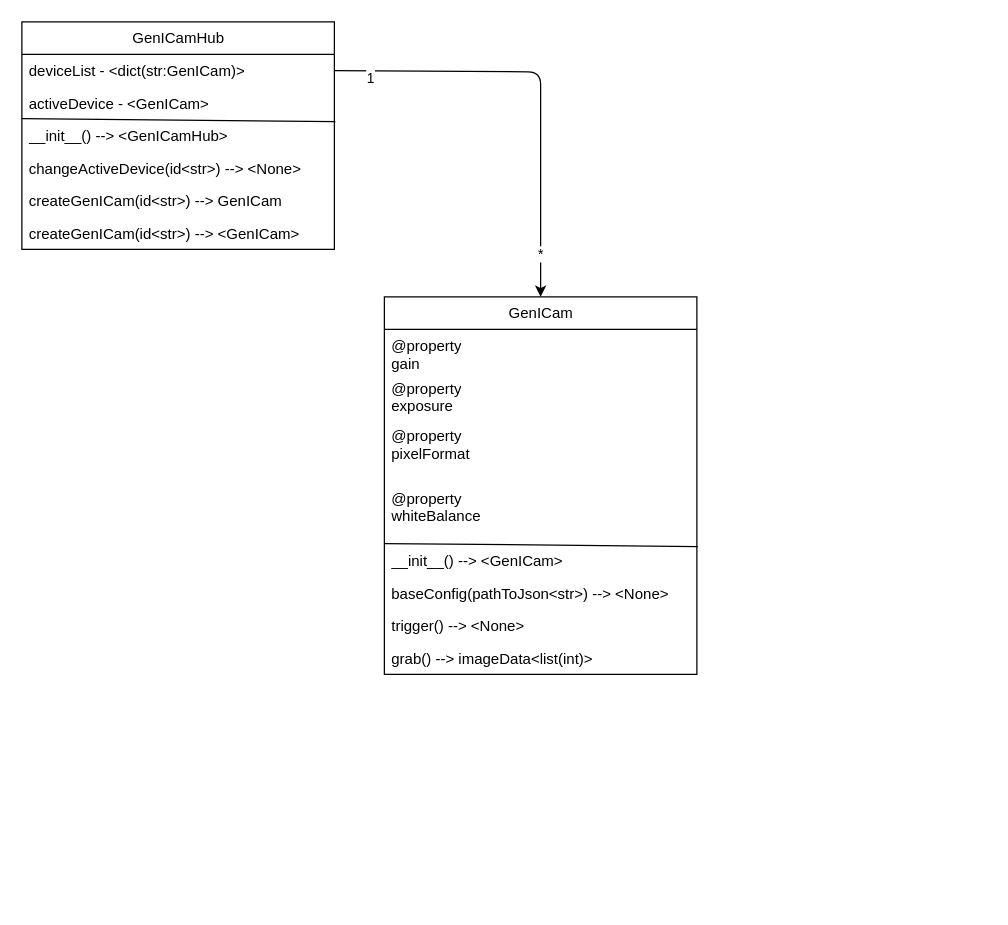
Before: Rework.dio in Philsie/Harvester, a draw.io diagram. Source tidied: cells renumbered, new cells numbered last; positions are measured from the earlier drawing's top-left corner, leaving out a move shared by most shapes. Both pictures are drawn from the tidied source at 125%, with x=0, y=0 at pixel (21, 21).
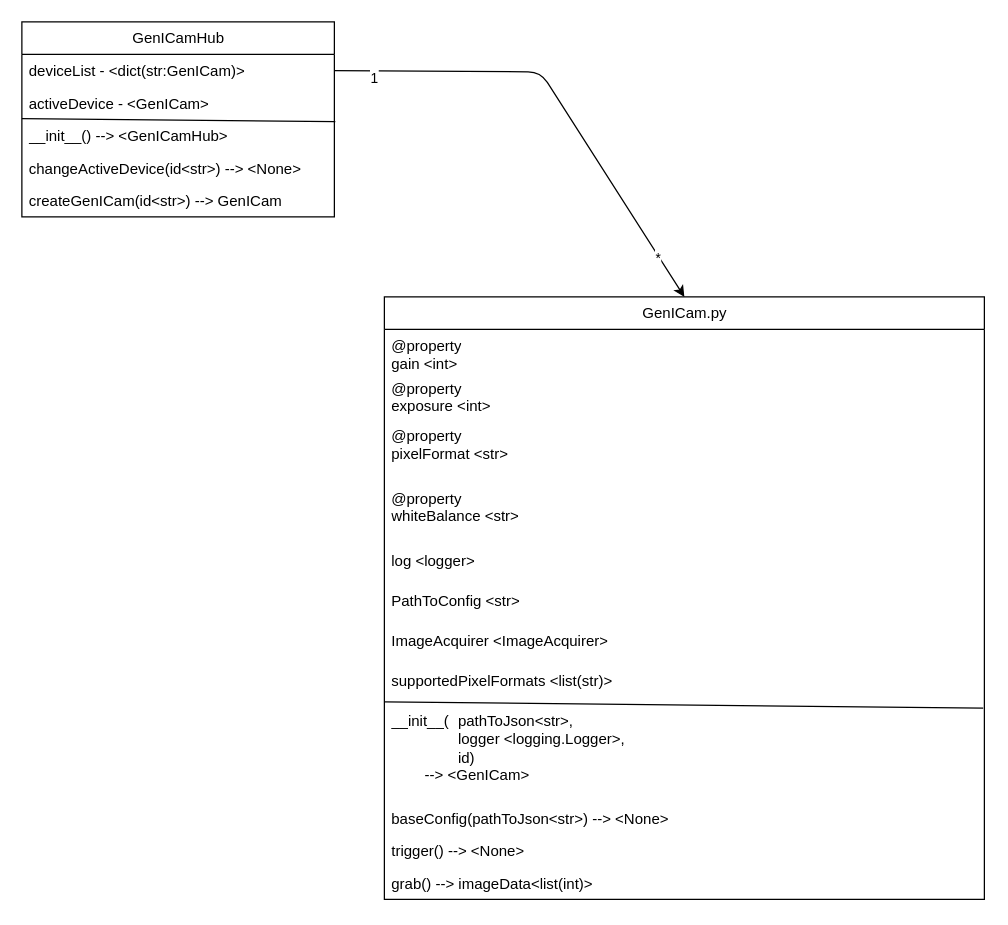
After the change.

Commit message (it also covers changes not shown here):
pre logger rework

Change to the diagram source:
```diff
@@
     <mxCell id="2" value="GenICamHub" style="swimlane;fontStyle=0;horizontal=1;startSize=26;fillColor=none;html=1;" parent="1" vertex="1">
-      <mxGeometry width="250" height="182" as="geometry" />
+      <mxGeometry width="250" height="156" as="geometry" />
     </mxCell>
@@
-    <mxCell id="9" value="createGenICam(id&amp;lt;str&amp;gt;) --&amp;gt; &amp;lt;GenICam&amp;gt;&amp;nbsp;" style="text;strokeColor=none;fillColor=none;align=left;verticalAlign=top;spacingLeft=4;spacingRight=4;overflow=hidden;whiteSpace=wrap;html=1;" parent="2" vertex="1">
-      <mxGeometry y="156" width="250" height="26" as="geometry" />
-    </mxCell>
-    <mxCell id="10" value="GenICam" style="swimlane;fontStyle=0;horizontal=1;startSize=26;fillColor=none;html=1;" parent="1" vertex="1">
-      <mxGeometry x="290" y="220" width="250" height="302" as="geometry" />
+    <mxCell id="10" value="GenICam.py" style="swimlane;fontStyle=0;horizontal=1;startSize=26;fillColor=none;html=1;" parent="1" vertex="1">
+      <mxGeometry x="290" y="220" width="480" height="482" as="geometry" />
     </mxCell>
-    <mxCell id="11" value="@property&lt;br&gt;gain&amp;nbsp;" style="text;strokeColor=none;fillColor=none;align=left;verticalAlign=top;spacingLeft=4;spacingRight=4;overflow=hidden;whiteSpace=wrap;html=1;" parent="10" vertex="1">
-      <mxGeometry y="26" width="250" height="34" as="geometry" />
+    <mxCell id="11" value="@property&lt;br&gt;gain &amp;lt;int&amp;gt;" style="text;strokeColor=none;fillColor=none;align=left;verticalAlign=top;spacingLeft=4;spacingRight=4;overflow=hidden;whiteSpace=wrap;html=1;" parent="10" vertex="1">
+      <mxGeometry y="26" width="480" height="34" as="geometry" />
     </mxCell>
-    <mxCell id="12" value="@property&lt;br&gt;exposure&amp;nbsp;" style="text;strokeColor=none;fillColor=none;align=left;verticalAlign=top;spacingLeft=4;spacingRight=4;overflow=hidden;whiteSpace=wrap;html=1;" parent="10" vertex="1">
-      <mxGeometry y="60" width="250" height="38" as="geometry" />
+    <mxCell id="12" value="@property&lt;br&gt;exposure &amp;lt;int&amp;gt;&amp;nbsp;" style="text;strokeColor=none;fillColor=none;align=left;verticalAlign=top;spacingLeft=4;spacingRight=4;overflow=hidden;whiteSpace=wrap;html=1;" parent="10" vertex="1">
+      <mxGeometry y="60" width="480" height="38" as="geometry" />
     </mxCell>
-    <mxCell id="13" value="@property&lt;br&gt;pixelFormat&amp;nbsp;" style="text;strokeColor=none;fillColor=none;align=left;verticalAlign=top;spacingLeft=4;spacingRight=4;overflow=hidden;whiteSpace=wrap;html=1;" parent="10" vertex="1">
-      <mxGeometry y="98" width="250" height="50" as="geometry" />
+    <mxCell id="13" value="@property&lt;br&gt;pixelFormat &amp;lt;str&amp;gt;&amp;nbsp;" style="text;strokeColor=none;fillColor=none;align=left;verticalAlign=top;spacingLeft=4;spacingRight=4;overflow=hidden;whiteSpace=wrap;html=1;" parent="10" vertex="1">
+      <mxGeometry y="98" width="480" height="50" as="geometry" />
     </mxCell>
+    <mxCell id="23" value="@property&lt;br&gt;whiteBalance &amp;lt;str&amp;gt;" style="text;strokeColor=none;fillColor=none;align=left;verticalAlign=top;spacingLeft=4;spacingRight=4;overflow=hidden;whiteSpace=wrap;html=1;" parent="10" vertex="1">
+      <mxGeometry y="148" width="480" height="50" as="geometry" />
+    </mxCell>
-    <mxCell id="14" value="@property&lt;br&gt;whiteBalance&amp;nbsp;" style="text;strokeColor=none;fillColor=none;align=left;verticalAlign=top;spacingLeft=4;spacingRight=4;overflow=hidden;whiteSpace=wrap;html=1;" parent="10" vertex="1">
-      <mxGeometry y="148" width="250" height="50" as="geometry" />
+    <mxCell id="14" value="log &amp;lt;logger&amp;gt;" style="text;strokeColor=none;fillColor=none;align=left;verticalAlign=top;spacingLeft=4;spacingRight=4;overflow=hidden;whiteSpace=wrap;html=1;" parent="10" vertex="1">
+      <mxGeometry y="198" width="480" height="32" as="geometry" />
     </mxCell>
+    <mxCell id="24" value="PathToConfig &amp;lt;str&amp;gt;" style="text;strokeColor=none;fillColor=none;align=left;verticalAlign=top;spacingLeft=4;spacingRight=4;overflow=hidden;whiteSpace=wrap;html=1;" parent="10" vertex="1">
+      <mxGeometry y="230" width="480" height="32" as="geometry" />
+    </mxCell>
+    <mxCell id="25" value="ImageAcquirer &amp;lt;ImageAcquirer&amp;gt;" style="text;strokeColor=none;fillColor=none;align=left;verticalAlign=top;spacingLeft=4;spacingRight=4;overflow=hidden;whiteSpace=wrap;html=1;" parent="10" vertex="1">
+      <mxGeometry y="262" width="480" height="32" as="geometry" />
+    </mxCell>
+    <mxCell id="26" value="supportedPixelFormats &amp;lt;list(str)&amp;gt;" style="text;strokeColor=none;fillColor=none;align=left;verticalAlign=top;spacingLeft=4;spacingRight=4;overflow=hidden;points=[[0,0.5],[1,0.5]];portConstraint=eastwest;whiteSpace=wrap;html=1;" parent="10" vertex="1">
+      <mxGeometry y="294" width="480" height="32" as="geometry" />
+    </mxCell>
-    <mxCell id="15" value="__init__() --&amp;gt; &amp;lt;GenICam&amp;gt;" style="text;strokeColor=none;fillColor=none;align=left;verticalAlign=top;spacingLeft=4;spacingRight=4;overflow=hidden;points=[[0,0.5],[1,0.5]];portConstraint=eastwest;whiteSpace=wrap;html=1;" parent="10" vertex="1">
-      <mxGeometry y="198" width="250" height="26" as="geometry" />
+    <mxCell id="15" value="__init__(&lt;span style=&quot;white-space: pre;&quot;&gt;&#9;&lt;/span&gt;pathToJson&amp;lt;str&amp;gt;,&lt;br&gt;&lt;span style=&quot;white-space: pre;&quot;&gt;&#9;&lt;/span&gt;&amp;nbsp; &amp;nbsp; &amp;nbsp;&lt;span style=&quot;white-space: pre;&quot;&gt;&#9;&lt;/span&gt;logger &amp;lt;logging.Logger&amp;gt;,&lt;br&gt;&lt;span style=&quot;white-space: pre;&quot;&gt;&#9;&lt;/span&gt;&lt;span style=&quot;white-space: pre;&quot;&gt;&#9;&lt;/span&gt;id) &lt;br&gt;&lt;span style=&quot;white-space: pre;&quot;&gt;&#9;&lt;/span&gt;--&amp;gt; &amp;lt;GenICam&amp;gt;" style="text;strokeColor=none;fillColor=none;align=left;verticalAlign=top;spacingLeft=4;spacingRight=4;overflow=hidden;points=[[0,0.5],[1,0.5]];portConstraint=eastwest;whiteSpace=wrap;html=1;" parent="10" vertex="1">
+      <mxGeometry y="326" width="480" height="78" as="geometry" />
     </mxCell>
-    <mxCell id="16" style="endArrow=none;html=1;exitX=0;exitY=-0.026;exitDx=0;exitDy=0;exitPerimeter=0;entryX=1.003;entryY=0.067;entryDx=0;entryDy=0;entryPerimeter=0;" parent="10" edge="1" source="15" target="15">
+    <mxCell id="16" style="endArrow=none;html=1;exitX=0;exitY=-0.026;exitDx=0;exitDy=0;exitPerimeter=0;entryX=0.998;entryY=1.094;entryDx=0;entryDy=0;entryPerimeter=0;" parent="10" edge="1" source="15" target="26">
       <mxGeometry relative="1" as="geometry" />
     </mxCell>
     <mxCell id="17" value="baseConfig(pathToJson&amp;lt;str&amp;gt;) --&amp;gt; &amp;lt;None&amp;gt;" style="text;strokeColor=none;fillColor=none;align=left;verticalAlign=top;spacingLeft=4;spacingRight=4;overflow=hidden;whiteSpace=wrap;html=1;" parent="10" vertex="1">
-      <mxGeometry y="224" width="250" height="26" as="geometry" />
+      <mxGeometry y="404" width="480" height="26" as="geometry" />
     </mxCell>
     <mxCell id="18" value="trigger() --&amp;gt; &amp;lt;None&amp;gt;" style="text;strokeColor=none;fillColor=none;align=left;verticalAlign=top;spacingLeft=4;spacingRight=4;overflow=hidden;whiteSpace=wrap;html=1;" parent="10" vertex="1">
-      <mxGeometry y="250" width="250" height="26" as="geometry" />
+      <mxGeometry y="430" width="480" height="26" as="geometry" />
     </mxCell>
     <mxCell id="19" value="grab() --&amp;gt; imageData&amp;lt;list(int)&amp;gt;" style="text;strokeColor=none;fillColor=none;align=left;verticalAlign=top;spacingLeft=4;spacingRight=4;overflow=hidden;whiteSpace=wrap;html=1;" parent="10" vertex="1">
-      <mxGeometry y="276" width="250" height="26" as="geometry" />
+      <mxGeometry y="456" width="480" height="26" as="geometry" />
     </mxCell>
```
